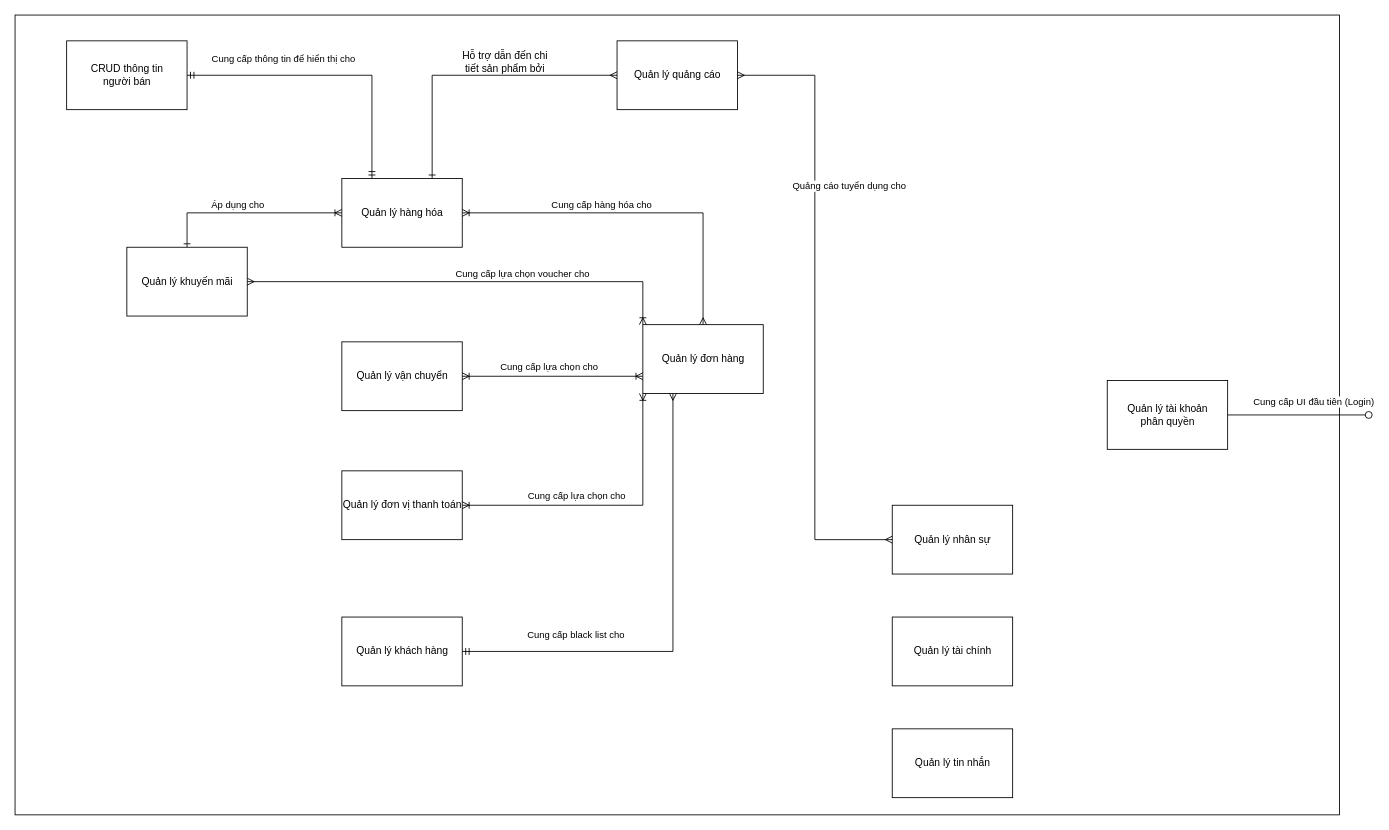
The draw.io diagram 2. Diagram/Domain Diagram/Domain Diagram.drawio in dangthuanvo/DoAnKTPTYC, before the edit. Source tidied: cells renumbered, new cells numbered last; positions are measured from the earlier drawing's top-left corner, leaving out a move shared by most shapes. Both pictures are drawn from the tidied source at 86%, with x=0, y=0 at pixel (15, 15).
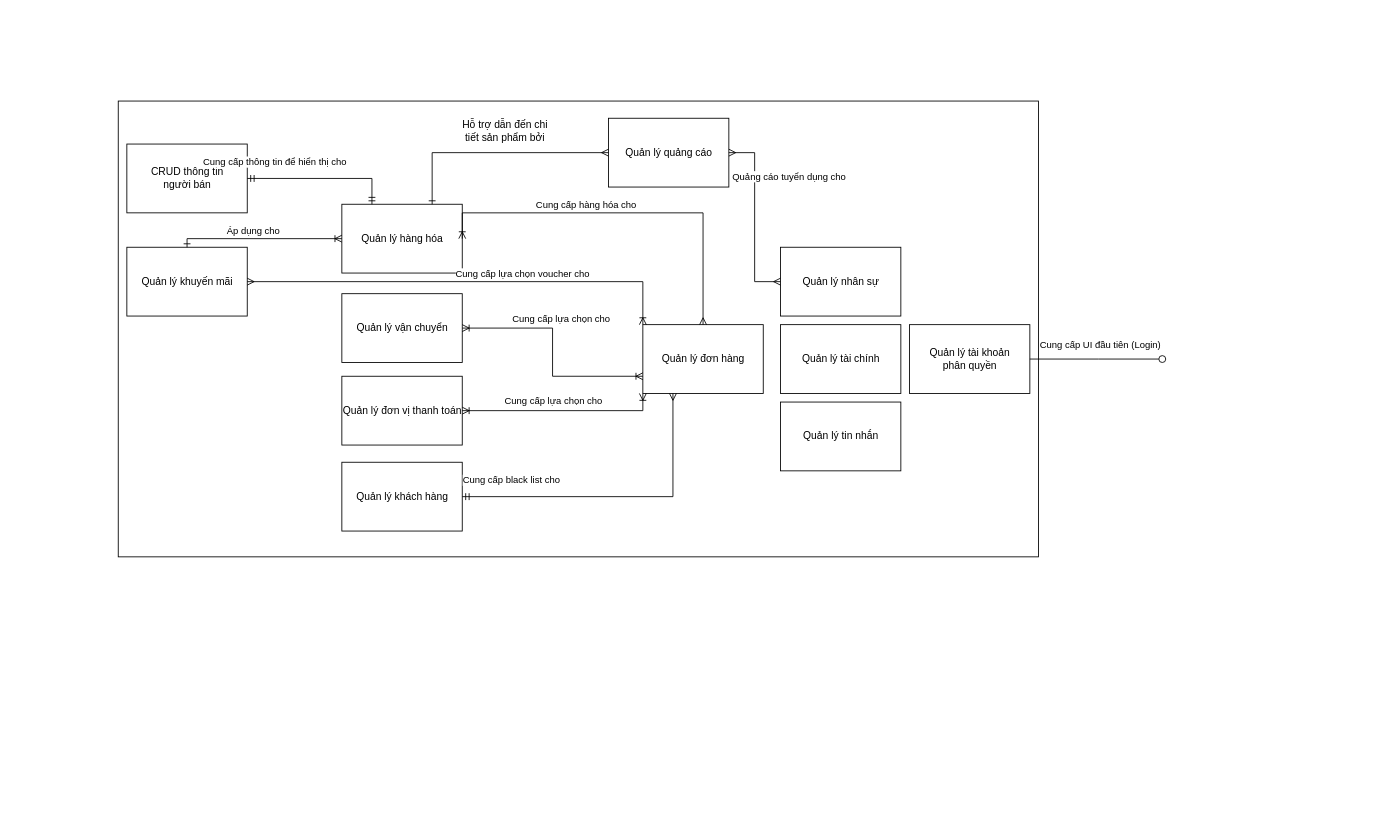
The same page after the edit.

Diff of the diagram source:
```diff
@@
     <mxCell id="2" style="rounded=0;whiteSpace=wrap;html=1;" parent="1" vertex="1">
-      <mxGeometry width="1540" height="930" as="geometry" />
+      <mxGeometry x="120" y="100" width="1070" height="530" as="geometry" />
     </mxCell>
     <mxCell id="3" value="Quản lý khách hàng" style="html=1;" parent="1" vertex="1">
-      <mxGeometry x="380" y="700" width="140" height="80" as="geometry" />
+      <mxGeometry x="380" y="520" width="140" height="80" as="geometry" />
     </mxCell>
     <mxCell id="4" value="Quản lý nhân sự" style="html=1;" parent="1" vertex="1">
-      <mxGeometry x="1020" y="570" width="140" height="80" as="geometry" />
+      <mxGeometry x="890" y="270" width="140" height="80" as="geometry" />
     </mxCell>
     <mxCell id="5" value="Quản lý hàng hóa" style="html=1;" parent="1" vertex="1">
-      <mxGeometry x="380" y="190" width="140" height="80" as="geometry" />
+      <mxGeometry x="380" y="220" width="140" height="80" as="geometry" />
     </mxCell>
     <mxCell id="6" value="Quản lý tin nhắn" style="html=1;" parent="1" vertex="1">
-      <mxGeometry x="1020" y="830" width="140" height="80" as="geometry" />
+      <mxGeometry x="890" y="450" width="140" height="80" as="geometry" />
     </mxCell>
     <mxCell id="7" value="Quản lý vận chuyển" style="html=1;" parent="1" vertex="1">
-      <mxGeometry x="380" y="380" width="140" height="80" as="geometry" />
+      <mxGeometry x="380" y="324" width="140" height="80" as="geometry" />
     </mxCell>
     <mxCell id="8" value="Quản lý tài chính" style="html=1;" parent="1" vertex="1">
-      <mxGeometry x="1020" y="700" width="140" height="80" as="geometry" />
+      <mxGeometry x="890" y="360" width="140" height="80" as="geometry" />
     </mxCell>
@@
     <mxCell id="11" value="Quản lý đơn vị thanh toán" style="html=1;" parent="1" vertex="1">
-      <mxGeometry x="380" y="530" width="140" height="80" as="geometry" />
+      <mxGeometry x="380" y="420" width="140" height="80" as="geometry" />
     </mxCell>
     <mxCell id="12" value="Quản lý quảng cáo" style="html=1;" parent="1" vertex="1">
-      <mxGeometry x="700" y="30" width="140" height="80" as="geometry" />
+      <mxGeometry x="690" y="120" width="140" height="80" as="geometry" />
     </mxCell>
     <mxCell id="13" value="CRUD thông tin &lt;br&gt;người bán" style="html=1;" parent="1" vertex="1">
-      <mxGeometry x="60" y="30" width="140" height="80" as="geometry" />
+      <mxGeometry x="130" y="150" width="140" height="80" as="geometry" />
     </mxCell>
     <mxCell id="14" value="Quản lý tài khoản&lt;br&gt;phân quyền" style="html=1;" parent="1" vertex="1">
-      <mxGeometry x="1270" y="425" width="140" height="80" as="geometry" />
+      <mxGeometry x="1040" y="360" width="140" height="80" as="geometry" />
     </mxCell>
@@
     <mxCell id="32" value="Hỗ trợ dẫn đến chi tiết sản phẩm bởi" style="text;html=1;strokeColor=none;fillColor=none;align=center;verticalAlign=middle;whiteSpace=wrap;rounded=0;" parent="1" vertex="1">
-      <mxGeometry x="510" y="40" width="120" height="30" as="geometry" />
+      <mxGeometry x="510" y="120" width="120" height="30" as="geometry" />
     </mxCell>
-    <mxCell id="33" style="endArrow=none;html=1;rounded=0;align=center;verticalAlign=top;endFill=0;labelBackgroundColor=none;endSize=2;edgeStyle=orthogonalEdgeStyle;exitX=1;exitY=0.5;exitDx=0;exitDy=0;" parent="1" edge="1" source="2" target="34">
-      <mxGeometry relative="1" as="geometry" />
+    <mxCell id="33" style="endArrow=none;html=1;rounded=0;align=center;verticalAlign=top;endFill=0;labelBackgroundColor=none;endSize=2;edgeStyle=orthogonalEdgeStyle;exitX=1;exitY=0.5;exitDx=0;exitDy=0;" parent="1" edge="1" source="14" target="34">
+      <mxGeometry relative="1" as="geometry">
+        <Array as="points">
+          <mxPoint x="1260" y="400" />
+        </Array>
+      </mxGeometry>
     </mxCell>
     <mxCell id="34" style="ellipse;html=1;fontSize=11;align=center;fillColor=none;points=[];verticalAlign=bottom;labelPosition=center;verticalLabelPosition=top;flipH=1;" parent="1" vertex="1">
-      <mxGeometry x="1570" y="461" width="8" height="8" as="geometry" />
+      <mxGeometry x="1330" y="396" width="8" height="8" as="geometry" />
     </mxCell>
-    <mxCell id="35" value="Cung cấp UI đầu tiên (Login)" style="endArrow=none;html=1;rounded=0;edgeStyle=orthogonalEdgeStyle;entryX=1;entryY=0.5;entryDx=0;entryDy=0;exitX=1;exitY=0.5;exitDx=0;exitDy=0;" parent="1" edge="1" source="14" target="2">
-      <mxGeometry x="0.54" y="15" relative="1" as="geometry">
-        <Array as="points">
-          <mxPoint x="1410" y="465" />
-          <mxPoint x="1410" y="465" />
-        </Array>
-      </mxGeometry>
+    <mxCell id="35" value="&lt;span style=&quot;color: rgb(0, 0, 0); font-family: Helvetica; font-size: 11px; font-style: normal; font-variant-ligatures: normal; font-variant-caps: normal; font-weight: 400; letter-spacing: normal; orphans: 2; text-align: center; text-indent: 0px; text-transform: none; widows: 2; word-spacing: 0px; -webkit-text-stroke-width: 0px; background-color: rgb(255, 255, 255); text-decoration-thickness: initial; text-decoration-style: initial; text-decoration-color: initial; float: none; display: inline !important;&quot;&gt;Cung cấp UI đầu tiên (Login)&lt;/span&gt;" style="text;whiteSpace=wrap;html=1;" parent="1" vertex="1">
+      <mxGeometry x="1190" y="370" width="170" height="40" as="geometry" />
     </mxCell>
```
